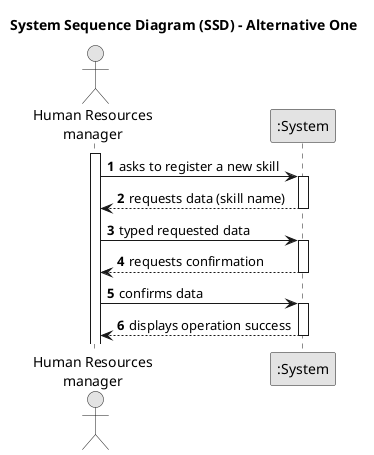
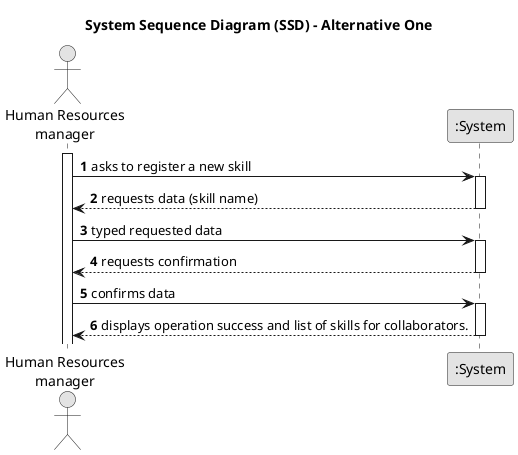
@startuml
skinparam monochrome true
skinparam packageStyle rectangle
skinparam shadowing false

title System Sequence Diagram (SSD) - Alternative One

autonumber

actor "Human Resources\nmanager" as Manager
participant ":System" as System

activate Manager

    Manager -> System : asks to register a new skill
    activate System

        System --> Manager : requests data (skill name)
    deactivate System

   Manager  -> System : typed requested data
    activate System

        System --> Manager  : requests confirmation
    deactivate System

    Manager  -> System : confirms data
    activate System

-         System --> Manager : displays operation success
+         System --> Manager : displays operation success and list of skills for collaborators.
    deactivate System

@enduml